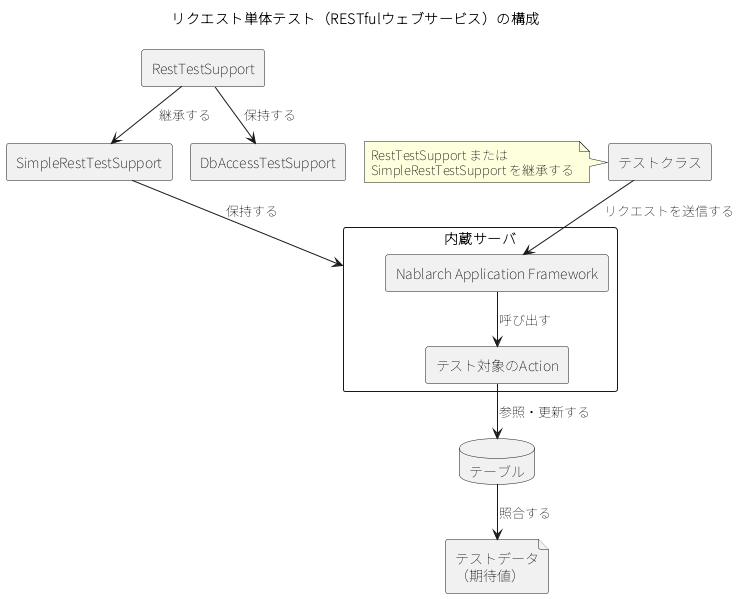
nablarch/nablarch-document keeps this PlantUML diagram as ja/development_tools/testing_framework/implementation/request_unit_test/images/rest/request_test_components.png. Above is the earlier version. Its diagram source:
```plantuml
@startuml
!pragma layout smetana
skinparam shadowing false
skinparam defaultFontName "Noto Sans JP"
title リクエスト単体テスト（RESTfulウェブサービス）の構成
rectangle "テストクラス" as TC
rectangle "SimpleRestTestSupport" as SRTS
rectangle "RestTestSupport" as RTS
rectangle "DbAccessTestSupport" as DATS
rectangle "内蔵サーバ" as SV {
  rectangle "Nablarch Application Framework" as NAF
  rectangle "テスト対象のAction" as ACT
}
database "テーブル" as DB
file "テストデータ\n（期待値）" as TD
TC --> NAF : リクエストを送信する
NAF --> ACT : 呼び出す
ACT --> DB : 参照・更新する
DB --> TD : 照合する
RTS --> SRTS : 継承する
RTS --> DATS : 保持する
SRTS --> SV : 保持する
note left of TC : RestTestSupport または\nSimpleRestTestSupport を継承する
@enduml
```
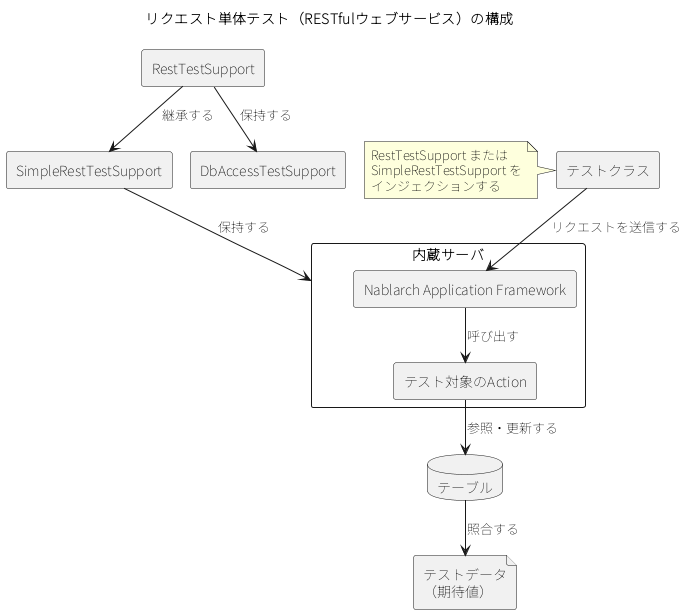
The same diagram one commit later.

What changed in the source:
```diff
@@ -20,5 +20,5 @@
 RTS --> SRTS : 継承する
 RTS --> DATS : 保持する
 SRTS --> SV : 保持する
-note left of TC : RestTestSupport または\nSimpleRestTestSupport を継承する
+note left of TC : RestTestSupport または\nSimpleRestTestSupport を\nインジェクションする
 @enduml
```
